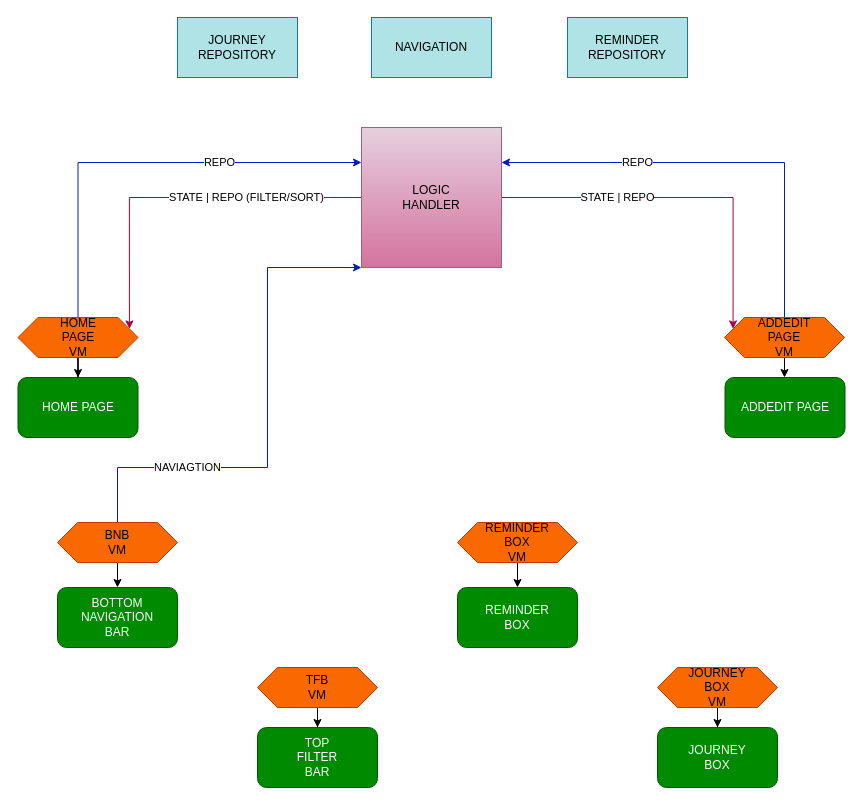
This is Dater.drawio from kanusukA/Notes, a draw.io file, before an edit. Source tidied: cells renumbered, new cells numbered last; positions are measured from the earlier drawing's top-left corner, leaving out a move shared by most shapes. Both pictures are drawn from the tidied source at 100%, with x=0, y=0 at pixel (17, 17).
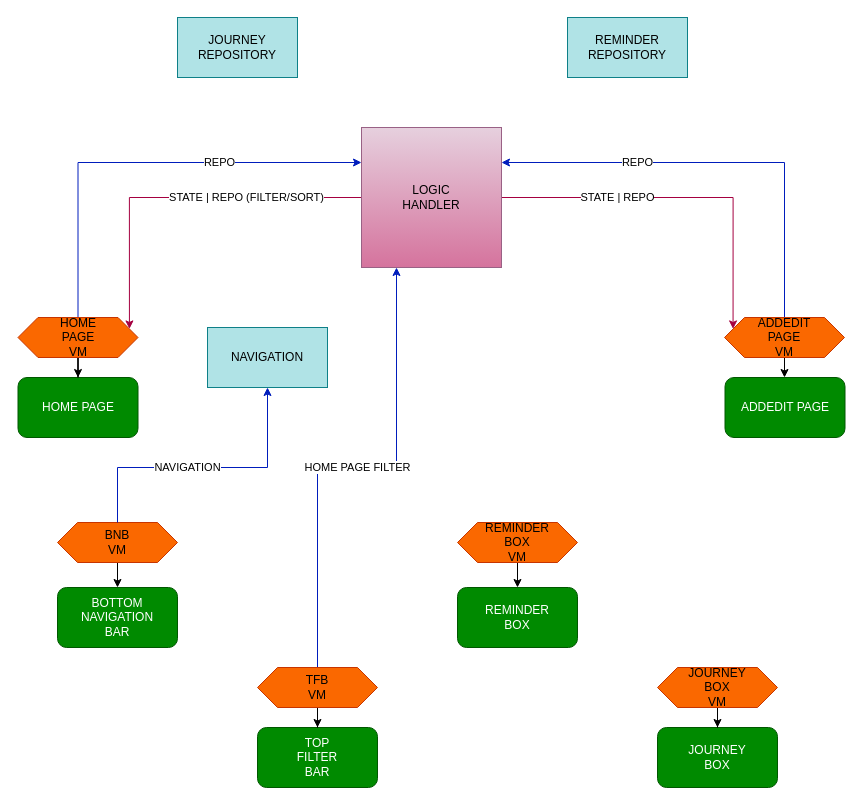
The same page after the edit.

The change refers to these unchanged cells:
```xml
<mxCell id="12" value="LOGIC&lt;br&gt;HANDLER" style="whiteSpace=wrap;html=1;fillColor=#e6d0de;gradientColor=#d5739d;strokeColor=#996185;" parent="1" vertex="1">
  <mxGeometry x="344" y="110" width="140" height="140" as="geometry" />
</mxCell>
<mxCell id="21" value="BNB&lt;br&gt;VM" style="shape=hexagon;perimeter=hexagonPerimeter2;whiteSpace=wrap;html=1;fixedSize=1;fillColor=#fa6800;fontColor=#000000;strokeColor=#C73500;" parent="1" vertex="1">
  <mxGeometry x="40" y="505" width="120" height="40" as="geometry" />
</mxCell>
<mxCell id="23" value="TFB&lt;br&gt;VM" style="shape=hexagon;perimeter=hexagonPerimeter2;whiteSpace=wrap;html=1;fixedSize=1;fillColor=#fa6800;fontColor=#000000;strokeColor=#C73500;" parent="1" vertex="1">
  <mxGeometry x="240" y="650" width="120" height="40" as="geometry" />
</mxCell>
```

The edit, as a diff of the source:
```diff
@@
-    <mxCell id="20" value="NAVIAGTION" style="edgeStyle=orthogonalEdgeStyle;rounded=0;jettySize=auto;html=1;entryX=0;entryY=1;entryDx=0;entryDy=0;fillColor=#0050ef;strokeColor=#001DBC;" parent="1" edge="1" source="21" target="12">
-      <mxGeometry x="-0.5" relative="1" as="geometry">
-        <Array as="points">
-          <mxPoint x="100" y="450" />
-          <mxPoint x="250" y="450" />
-          <mxPoint x="250" y="250" />
-        </Array>
-      </mxGeometry>
-    </mxCell>
@@
+    <mxCell id="29" value="HOME PAGE FILTER" style="edgeStyle=orthogonalEdgeStyle;rounded=0;jettySize=auto;html=1;entryX=0.25;entryY=1;entryDx=0;entryDy=0;fillColor=#0050ef;strokeColor=#001DBC;" parent="1" edge="1" source="23" target="12">
+      <mxGeometry relative="1" as="geometry" />
+    </mxCell>
@@
+    <mxCell id="30" value="NAVIGATION" style="edgeStyle=orthogonalEdgeStyle;rounded=0;jettySize=auto;html=1;entryX=0.5;entryY=1;entryDx=0;entryDy=0;fillColor=#0050ef;strokeColor=#001DBC;" parent="1" edge="1" source="21" target="28">
+      <mxGeometry x="-0.12" relative="1" as="geometry">
+        <Array as="points">
+          <mxPoint x="100" y="450" />
+          <mxPoint x="250" y="450" />
+        </Array>
+      </mxGeometry>
+    </mxCell>
     <mxCell id="28" value="NAVIGATION" style="rounded=0;whiteSpace=wrap;html=1;fillColor=#b0e3e6;strokeColor=#0e8088;" parent="1" vertex="1">
-      <mxGeometry x="354" width="120" height="60" as="geometry" />
+      <mxGeometry x="190" y="310" width="120" height="60" as="geometry" />
     </mxCell>
```
